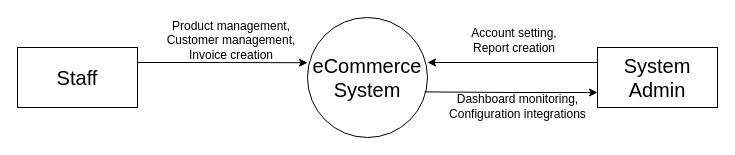
Above: page "Context diagram" (1 of 2) of documents/ExportedDiragram/eCommerce Diagram.drawio in ThuanNg05/eCommerce (draw.io), before the change. Source tidied: cells renumbered, new cells numbered last; positions are measured from the earlier drawing's top-left corner, leaving out a move shared by most shapes. Both pictures are drawn from the tidied source at 100%, with x=0, y=0 at pixel (17, 17).
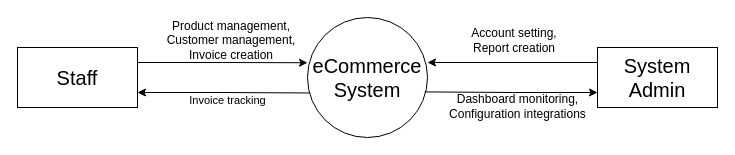
The same page after the edit.

What changed in the source:
```diff
@@
 <mxGraphModel>
   <root>
     <mxCell id="0" />
     <mxCell id="1" parent="0" />
     <mxCell id="2" value="eCommerce System" style="ellipse;whiteSpace=wrap;html=1;shapeInside=1;fontSize=20;" parent="1" vertex="1">
       <mxGeometry x="290" width="120" height="120" as="geometry" />
     </mxCell>
     <mxCell id="3" value="Staff" style="rounded=0;whiteSpace=wrap;html=1;fontSize=20;" parent="1" vertex="1">
       <mxGeometry y="30" width="120" height="60" as="geometry" />
     </mxCell>
     <mxCell id="4" value="System Admin" style="rounded=0;whiteSpace=wrap;html=1;fontSize=20;" parent="1" vertex="1">
       <mxGeometry x="580" y="30" width="120" height="60" as="geometry" />
     </mxCell>
     <mxCell id="5" style="edgeStyle=orthogonalEdgeStyle;rounded=0;jettySize=auto;html=1;exitX=1;exitY=0.25;exitDx=0;exitDy=0;entryX=0;entryY=0.377;entryDx=0;entryDy=0;entryPerimeter=0;" parent="1" edge="1" source="3" target="2">
       <mxGeometry relative="1" as="geometry" />
     </mxCell>
     <mxCell id="6" style="edgeStyle=orthogonalEdgeStyle;rounded=0;jettySize=auto;html=1;exitX=0;exitY=0.25;exitDx=0;exitDy=0;" parent="1" edge="1" source="4">
       <mxGeometry relative="1" as="geometry">
         <mxPoint x="410" y="45" as="targetPoint" />
       </mxGeometry>
     </mxCell>
     <mxCell id="7" style="edgeStyle=orthogonalEdgeStyle;rounded=0;jettySize=auto;html=1;exitX=0;exitY=0.75;exitDx=0;exitDy=0;entryX=0.977;entryY=0.62;entryDx=0;entryDy=0;entryPerimeter=0;startArrow=classic;startFill=1;endArrow=none;endFill=0;" parent="1" edge="1" source="4" target="2">
       <mxGeometry relative="1" as="geometry" />
     </mxCell>
     <mxCell id="8" value="Product management,&lt;div&gt;Customer management,&lt;br&gt;&lt;div&gt;Invoice creation&lt;/div&gt;&lt;/div&gt;" style="text;html=1;whiteSpace=wrap;strokeColor=none;fillColor=none;align=center;verticalAlign=middle;rounded=0;" parent="1" vertex="1">
       <mxGeometry x="140" y="8" width="148" height="30" as="geometry" />
     </mxCell>
     <mxCell id="9" value="Account setting,&lt;div&gt;Report creation&lt;/div&gt;" style="text;html=1;whiteSpace=wrap;strokeColor=none;fillColor=none;align=center;verticalAlign=middle;rounded=0;" parent="1" vertex="1">
       <mxGeometry x="432" y="8" width="130" height="30" as="geometry" />
     </mxCell>
     <mxCell id="10" value="Dashboard monitoring,&lt;div&gt;Configuration integrations&lt;/div&gt;" style="text;html=1;whiteSpace=wrap;strokeColor=none;fillColor=none;align=center;verticalAlign=middle;rounded=0;" parent="1" vertex="1">
       <mxGeometry x="430" y="74" width="141" height="30" as="geometry" />
     </mxCell>
+    <mxCell id="11" style="edgeStyle=orthogonalEdgeStyle;rounded=0;jettySize=auto;html=1;exitX=1;exitY=0.75;exitDx=0;exitDy=0;entryX=0.019;entryY=0.629;entryDx=0;entryDy=0;entryPerimeter=0;startArrow=classic;startFill=1;endArrow=none;endFill=0;" parent="1" edge="1" source="3" target="2">
+      <mxGeometry relative="1" as="geometry" />
+    </mxCell>
+    <mxCell id="12" value="Invoice tracking" style="edgeLabel;html=1;align=center;verticalAlign=middle;" parent="11" vertex="1">
+      <mxGeometry x="0.06" y="-1" relative="1" as="geometry">
+        <mxPoint x="-2" y="6" as="offset" />
+      </mxGeometry>
+    </mxCell>
   </root>
 </mxGraphModel>
```
